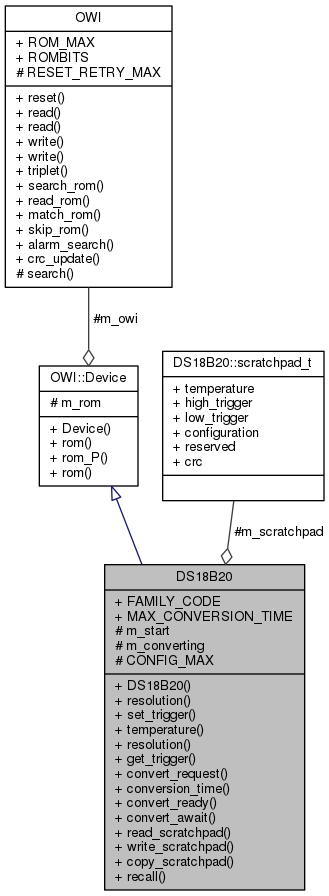
Earlier version of the Graphviz export Arduino-OWI/d4/d9e/classDS18B20__coll__graph.png (mikaelpatel/mikaelpatel.github.io). Its source is kept beside it as Arduino-OWI/d4/d9e/classDS18B20__coll__graph.dot.
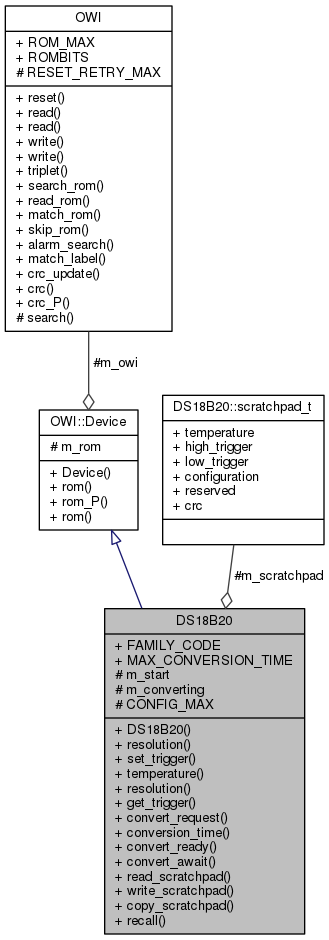
Above is the later version.

The edit, as a diff of the source:
```diff
@@ -6,7 +6,7 @@
   Node2 -> Node1 [dir="back",color="midnightblue",fontsize="10",style="solid",arrowtail="onormal",fontname="Helvetica"];
   Node2 [label="{OWI::Device\n|# m_rom\l|+ Device()\l+ rom()\l+ rom_P()\l+ rom()\l}",height=0.2,width=0.4,color="black", fillcolor="white", style="filled",URL="$d0/d7f/classOWI_1_1Device.html"];
   Node3 -> Node2 [color="grey25",fontsize="10",style="solid",label=" #m_owi" ,arrowhead="odiamond",fontname="Helvetica"];
-  Node3 [label="{OWI\n|+ ROM_MAX\l+ ROMBITS\l# RESET_RETRY_MAX\l|+ reset()\l+ read()\l+ read()\l+ write()\l+ write()\l+ triplet()\l+ search_rom()\l+ read_rom()\l+ match_rom()\l+ skip_rom()\l+ alarm_search()\l+ crc_update()\l# search()\l}",height=0.2,width=0.4,color="black", fillcolor="white", style="filled",URL="$d7/d90/classOWI.html"];
+  Node3 [label="{OWI\n|+ ROM_MAX\l+ ROMBITS\l# RESET_RETRY_MAX\l|+ reset()\l+ read()\l+ read()\l+ write()\l+ write()\l+ triplet()\l+ search_rom()\l+ read_rom()\l+ match_rom()\l+ skip_rom()\l+ alarm_search()\l+ match_label()\l+ crc_update()\l+ crc()\l+ crc_P()\l# search()\l}",height=0.2,width=0.4,color="black", fillcolor="white", style="filled",URL="$d7/d90/classOWI.html"];
   Node4 -> Node1 [color="grey25",fontsize="10",style="solid",label=" #m_scratchpad" ,arrowhead="odiamond",fontname="Helvetica"];
   Node4 [label="{DS18B20::scratchpad_t\n|+ temperature\l+ high_trigger\l+ low_trigger\l+ configuration\l+ reserved\l+ crc\l|}",height=0.2,width=0.4,color="black", fillcolor="white", style="filled",URL="$d4/d1f/structDS18B20_1_1scratchpad__t.html"];
 }
```
